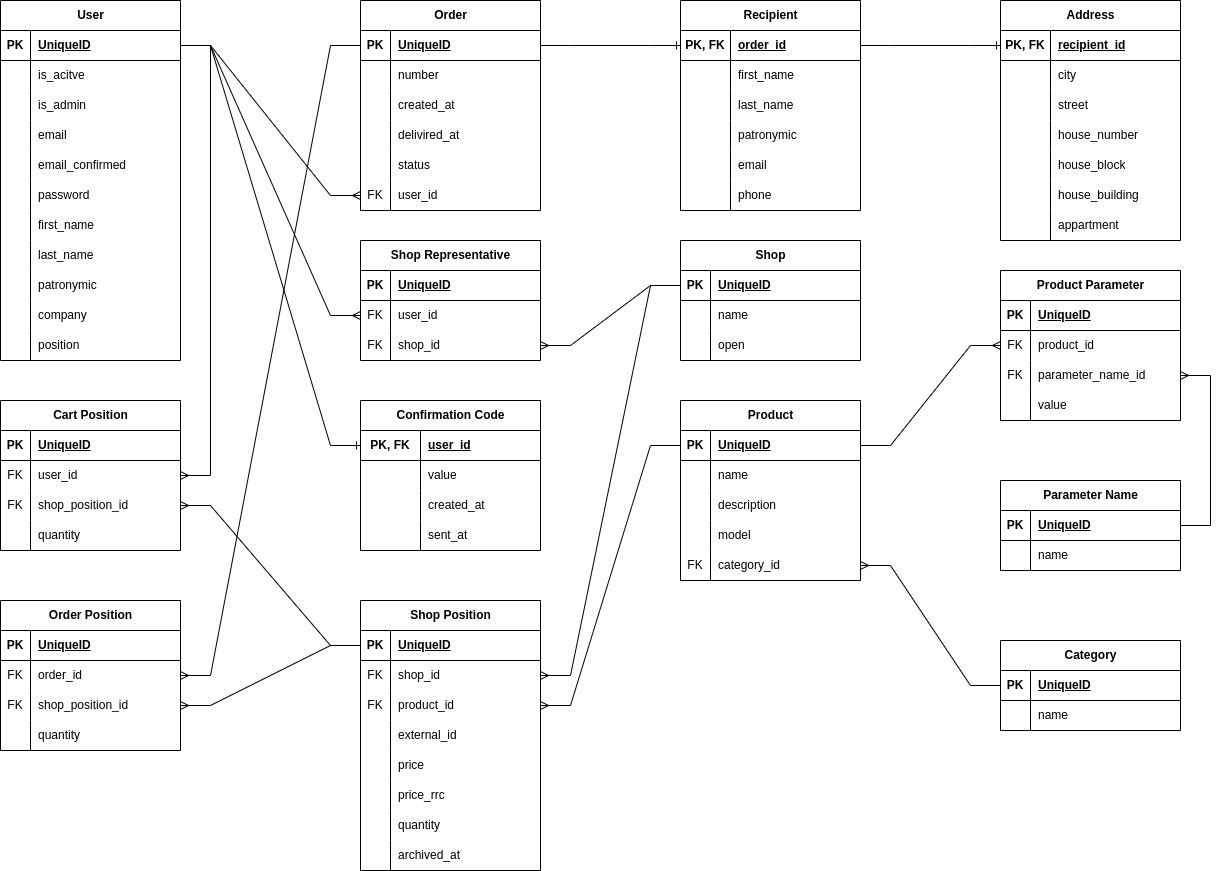
dmi-smirnov/netology_pd73_diploma keeps this draw.io diagram as db_scheme.drawio.png. Above is the earlier version. Source tidied: cells renumbered, new cells last; positions are measured from the earlier drawing's top-left corner, leaving out a move shared by most shapes.
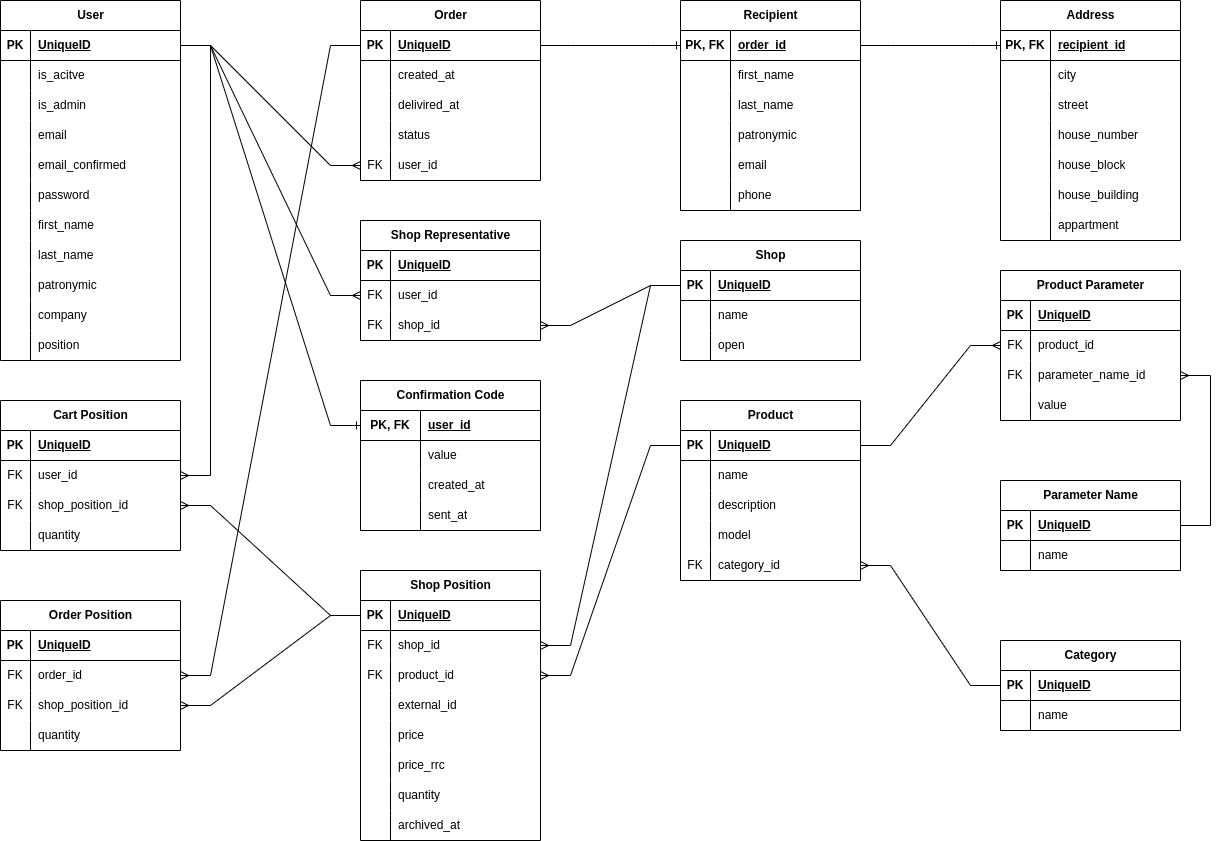
After the commit.

What changed in the source:
```diff
@@ -105,7 +105,7 @@
       <mxGeometry x="30" width="150" height="30" as="geometry" />
     </mxCell>
     <mxCell id="36" value="Order" style="shape=table;startSize=30;rowLines=0;fontStyle=1;align=center;html=1;" parent="1" vertex="1">
-      <mxGeometry x="360" width="180" height="210" as="geometry" />
+      <mxGeometry x="360" width="180" height="180" as="geometry" />
     </mxCell>
     <mxCell id="37" style="shape=tableRow;horizontal=0;startSize=0;swimlaneHead=0;swimlaneBody=0;fillColor=none;points=[[0,0.5],[1,0.5]];portConstraint=eastwest;top=0;left=0;right=0;bottom=1;" parent="36" vertex="1">
       <mxGeometry y="30" width="180" height="30" as="geometry" />
@@ -116,17 +116,8 @@
     <mxCell id="39" value="UniqueID" style="shape=partialRectangle;fillColor=none;top=0;left=0;bottom=0;right=0;align=left;spacingLeft=6;fontStyle=5;overflow=hidden;whiteSpace=wrap;html=1;" parent="37" vertex="1">
       <mxGeometry x="30" width="150" height="30" as="geometry" />
     </mxCell>
-    <mxCell id="40" style="shape=tableRow;horizontal=0;startSize=0;swimlaneHead=0;swimlaneBody=0;fillColor=none;top=0;left=0;right=0;bottom=0;" parent="36" vertex="1">
-      <mxGeometry y="60" width="180" height="30" as="geometry" />
-    </mxCell>
-    <mxCell id="41" style="shape=partialRectangle;fillColor=none;top=0;left=0;bottom=0;right=0;overflow=hidden;whiteSpace=wrap;html=1;" parent="40" vertex="1">
-      <mxGeometry width="30" height="30" as="geometry" />
-    </mxCell>
-    <mxCell id="42" value="number" style="shape=partialRectangle;fillColor=none;top=0;left=0;bottom=0;right=0;align=left;spacingLeft=6;overflow=hidden;whiteSpace=wrap;html=1;" parent="40" vertex="1">
-      <mxGeometry x="30" width="150" height="30" as="geometry" />
-    </mxCell>
     <mxCell id="43" style="shape=tableRow;horizontal=0;startSize=0;swimlaneHead=0;swimlaneBody=0;fillColor=none;top=0;left=0;right=0;bottom=0;" parent="36" vertex="1">
-      <mxGeometry y="90" width="180" height="30" as="geometry" />
+      <mxGeometry y="60" width="180" height="30" as="geometry" />
     </mxCell>
     <mxCell id="44" style="shape=partialRectangle;fillColor=none;top=0;left=0;bottom=0;right=0;overflow=hidden;whiteSpace=wrap;html=1;" parent="43" vertex="1">
       <mxGeometry width="30" height="30" as="geometry" />
@@ -135,7 +126,7 @@
       <mxGeometry x="30" width="150" height="30" as="geometry" />
     </mxCell>
     <mxCell id="46" style="shape=tableRow;horizontal=0;startSize=0;swimlaneHead=0;swimlaneBody=0;fillColor=none;top=0;left=0;right=0;bottom=0;" parent="36" vertex="1">
-      <mxGeometry y="120" width="180" height="30" as="geometry" />
+      <mxGeometry y="90" width="180" height="30" as="geometry" />
     </mxCell>
     <mxCell id="47" style="shape=partialRectangle;fillColor=none;top=0;left=0;bottom=0;right=0;overflow=hidden;whiteSpace=wrap;html=1;" parent="46" vertex="1">
       <mxGeometry width="30" height="30" as="geometry" />
@@ -144,7 +135,7 @@
       <mxGeometry x="30" width="150" height="30" as="geometry" />
     </mxCell>
     <mxCell id="49" style="shape=tableRow;horizontal=0;startSize=0;swimlaneHead=0;swimlaneBody=0;fillColor=none;top=0;left=0;right=0;bottom=0;" parent="36" vertex="1">
-      <mxGeometry y="150" width="180" height="30" as="geometry" />
+      <mxGeometry y="120" width="180" height="30" as="geometry" />
     </mxCell>
     <mxCell id="50" style="shape=partialRectangle;fillColor=none;top=0;left=0;bottom=0;right=0;overflow=hidden;whiteSpace=wrap;html=1;" parent="49" vertex="1">
       <mxGeometry width="30" height="30" as="geometry" />
@@ -153,7 +144,7 @@
       <mxGeometry x="30" width="150" height="30" as="geometry" />
     </mxCell>
     <mxCell id="52" style="shape=tableRow;horizontal=0;startSize=0;swimlaneHead=0;swimlaneBody=0;fillColor=none;points=[[0,0.5],[1,0.5]];portConstraint=eastwest;top=0;left=0;right=0;bottom=0;" parent="36" vertex="1">
-      <mxGeometry y="180" width="180" height="30" as="geometry" />
+      <mxGeometry y="150" width="180" height="30" as="geometry" />
     </mxCell>
     <mxCell id="53" value="FK" style="shape=partialRectangle;fillColor=none;top=0;left=0;bottom=0;right=0;overflow=hidden;whiteSpace=wrap;html=1;" parent="52" vertex="1">
       <mxGeometry width="30" height="30" as="geometry" />
@@ -468,7 +459,7 @@
       <mxGeometry x="30" width="150" height="30" as="geometry" />
     </mxCell>
     <mxCell id="157" value="Shop Position" style="shape=table;startSize=30;rowLines=0;fontStyle=1;align=center;html=1;" parent="1" vertex="1">
-      <mxGeometry x="360" y="600" width="180" height="270" as="geometry" />
+      <mxGeometry x="360" y="570" width="180" height="270" as="geometry" />
     </mxCell>
     <mxCell id="158" style="shape=tableRow;horizontal=0;startSize=0;swimlaneHead=0;swimlaneBody=0;fillColor=none;points=[[0,0.5],[1,0.5]];portConstraint=eastwest;top=0;left=0;right=0;bottom=1;" parent="157" vertex="1">
       <mxGeometry y="30" width="180" height="30" as="geometry" />
@@ -594,7 +585,7 @@
       <mxGeometry relative="1" as="geometry" />
     </mxCell>
     <mxCell id="199" value="Shop Representative" style="shape=table;startSize=30;rowLines=0;fontStyle=1;align=center;html=1;" parent="1" vertex="1">
-      <mxGeometry x="360" y="240" width="180" height="120" as="geometry" />
+      <mxGeometry x="360" y="220" width="180" height="120" as="geometry" />
     </mxCell>
     <mxCell id="200" style="shape=tableRow;horizontal=0;startSize=0;swimlaneHead=0;swimlaneBody=0;fillColor=none;top=0;left=0;right=0;bottom=1;" parent="199" vertex="1">
       <mxGeometry y="30" width="180" height="30" as="geometry" />
@@ -669,7 +660,7 @@
       <mxGeometry relative="1" as="geometry" />
     </mxCell>
     <mxCell id="224" value="Confirmation Code" style="shape=table;startSize=30;rowLines=0;fontStyle=1;align=center;html=1;" parent="1" vertex="1">
-      <mxGeometry x="360" y="400" width="180" height="150" as="geometry" />
+      <mxGeometry x="360" y="380" width="180" height="150" as="geometry" />
     </mxCell>
     <mxCell id="225" style="shape=tableRow;horizontal=0;startSize=0;swimlaneHead=0;swimlaneBody=0;fillColor=none;points=[[0,0.5],[1,0.5]];portConstraint=eastwest;top=0;left=0;right=0;bottom=1;" parent="224" vertex="1">
       <mxGeometry y="30" width="180" height="30" as="geometry" />
```
